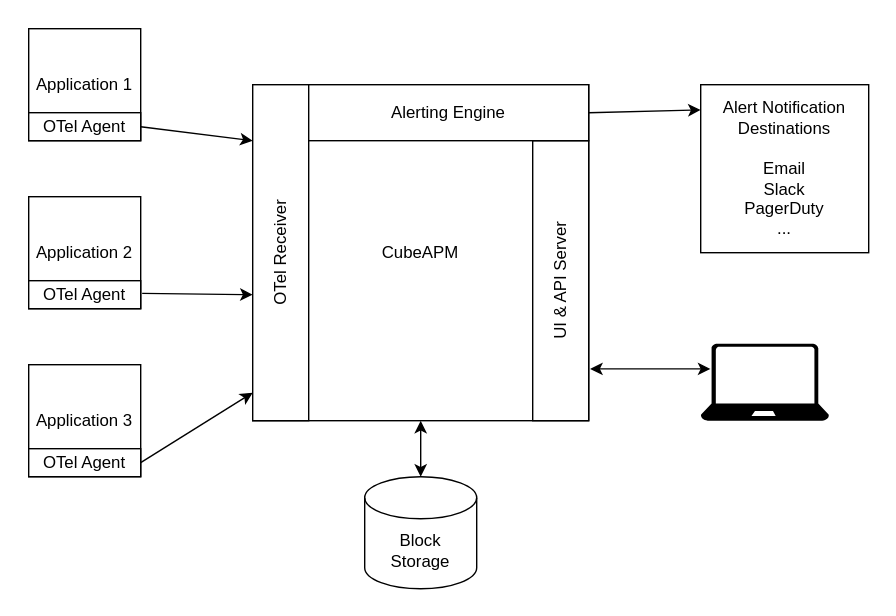
Above: static/img/architecture.svg in cubeapm/docs (draw.io), before the change. Source tidied: cells renumbered, new cells last; positions are measured from the earlier drawing's top-left corner, leaving out a move shared by most shapes. The source it was exported from:
```xml
<mxGraphModel>
  <root>
    <mxCell id="0" />
    <mxCell id="1" parent="0" />
    <mxCell id="2" style="rounded=0;whiteSpace=wrap;html=1;fillColor=#FFFFFF;fillStyle=auto;glass=0;strokeColor=none;" parent="1" vertex="1">
      <mxGeometry width="640" height="440" as="geometry" />
    </mxCell>
    <mxCell id="3" value="Application 1" style="whiteSpace=wrap;html=1;" parent="1" vertex="1">
      <mxGeometry x="20" y="20" width="80" height="80" as="geometry" />
    </mxCell>
    <mxCell id="4" value="OTel Agent" style="rounded=0;whiteSpace=wrap;html=1;" parent="1" vertex="1">
      <mxGeometry x="20" y="80" width="80" height="20" as="geometry" />
    </mxCell>
    <mxCell id="5" value="Application 2&lt;br&gt;" style="whiteSpace=wrap;html=1;" parent="1" vertex="1">
      <mxGeometry x="20" y="140" width="80" height="80" as="geometry" />
    </mxCell>
    <mxCell id="6" value="OTel Agent" style="rounded=0;whiteSpace=wrap;html=1;" parent="1" vertex="1">
      <mxGeometry x="20" y="200" width="80" height="20" as="geometry" />
    </mxCell>
    <mxCell id="7" value="Application 3" style="whiteSpace=wrap;html=1;" parent="1" vertex="1">
      <mxGeometry x="20" y="260" width="80" height="80" as="geometry" />
    </mxCell>
    <mxCell id="8" value="OTel Agent" style="rounded=0;whiteSpace=wrap;html=1;" parent="1" vertex="1">
      <mxGeometry x="20" y="320" width="80" height="20" as="geometry" />
    </mxCell>
    <mxCell id="9" value="CubeAPM" style="whiteSpace=wrap;html=1;" parent="1" vertex="1">
      <mxGeometry x="180" y="60" width="240" height="240" as="geometry" />
    </mxCell>
    <mxCell id="10" value="OTel Receiver" style="rounded=0;whiteSpace=wrap;html=1;rotation=-90;" parent="1" vertex="1">
      <mxGeometry x="80" y="160" width="240" height="40" as="geometry" />
    </mxCell>
    <mxCell id="11" style="endArrow=classic;html=1;rounded=0;exitX=1;exitY=0.5;exitDx=0;exitDy=0;" parent="1" edge="1" source="4">
      <mxGeometry relative="1" as="geometry">
        <mxPoint x="180" y="100" as="targetPoint" />
      </mxGeometry>
    </mxCell>
    <mxCell id="12" style="endArrow=classic;html=1;rounded=0;exitX=1.013;exitY=0.863;exitDx=0;exitDy=0;exitPerimeter=0;" parent="1" edge="1" source="5">
      <mxGeometry relative="1" as="geometry">
        <mxPoint x="180" y="210" as="targetPoint" />
      </mxGeometry>
    </mxCell>
    <mxCell id="13" style="endArrow=classic;html=1;rounded=0;exitX=1;exitY=0.5;exitDx=0;exitDy=0;" parent="1" edge="1" source="8">
      <mxGeometry relative="1" as="geometry">
        <mxPoint x="180" y="280" as="targetPoint" />
      </mxGeometry>
    </mxCell>
    <mxCell id="14" value="UI &amp;amp; API Server" style="rounded=0;whiteSpace=wrap;html=1;rotation=-90;" parent="1" vertex="1">
      <mxGeometry x="300" y="180" width="200" height="40" as="geometry" />
    </mxCell>
    <mxCell id="15" style="sketch=0;shadow=0;dashed=0;html=1;strokeColor=none;labelPosition=center;verticalLabelPosition=bottom;verticalAlign=top;align=center;fillColor=#000000;shape=mxgraph.azure.laptop;" parent="1" vertex="1">
      <mxGeometry x="500" y="245" width="91.7" height="55" as="geometry" />
    </mxCell>
    <mxCell id="16" style="endArrow=classic;startArrow=classic;html=1;rounded=0;entryX=0.076;entryY=0.327;entryDx=0;entryDy=0;entryPerimeter=0;exitX=0.185;exitY=1.025;exitDx=0;exitDy=0;exitPerimeter=0;" parent="1" edge="1" source="14" target="15">
      <mxGeometry relative="1" as="geometry" />
    </mxCell>
    <mxCell id="17" value="Alerting Engine" style="rounded=0;whiteSpace=wrap;html=1;" parent="1" vertex="1">
      <mxGeometry x="220" y="60" width="200" height="40" as="geometry" />
    </mxCell>
    <mxCell id="18" value="Alert Notification Destinations&lt;br&gt;&lt;br&gt;Email&lt;br&gt;Slack&lt;br&gt;PagerDuty&lt;br&gt;..." style="rounded=0;whiteSpace=wrap;html=1;" parent="1" vertex="1">
      <mxGeometry x="500" y="60" width="120" height="120" as="geometry" />
    </mxCell>
    <mxCell id="19" style="endArrow=classic;html=1;rounded=0;exitX=1;exitY=0.5;exitDx=0;exitDy=0;entryX=0;entryY=0.15;entryDx=0;entryDy=0;entryPerimeter=0;" parent="1" edge="1" source="17" target="18">
      <mxGeometry relative="1" as="geometry" />
    </mxCell>
    <mxCell id="20" value="Block&lt;br&gt;Storage" style="shape=cylinder3;whiteSpace=wrap;html=1;boundedLbl=1;backgroundOutline=1;size=15;" parent="1" vertex="1">
      <mxGeometry x="260" y="340" width="80" height="80" as="geometry" />
    </mxCell>
    <mxCell id="21" style="endArrow=classic;startArrow=classic;html=1;rounded=0;" parent="1" edge="1" source="20" target="9">
      <mxGeometry relative="1" as="geometry" />
    </mxCell>
  </root>
</mxGraphModel>
```
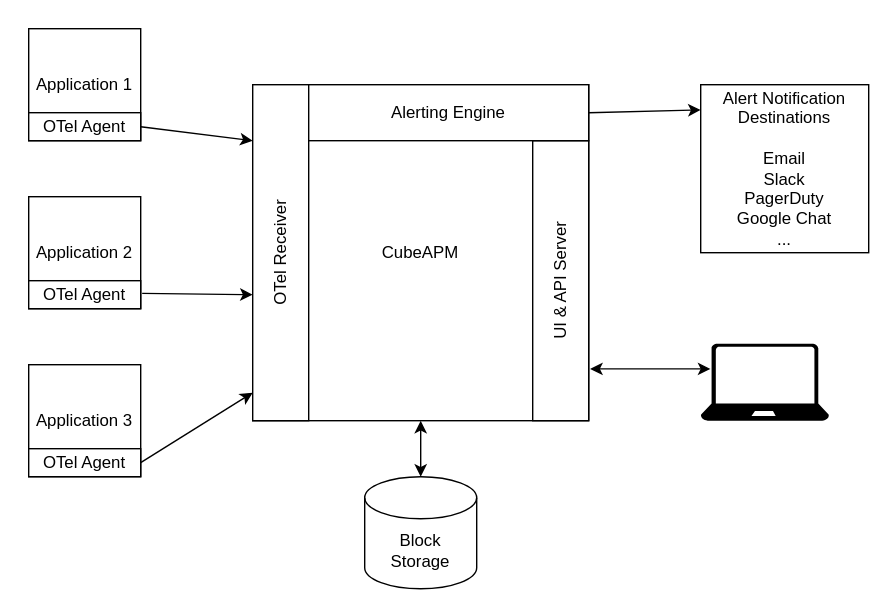
The same diagram one commit later.

The edit, as a diff of the source:
```diff
@@ -56,7 +56,7 @@
     <mxCell id="17" value="Alerting Engine" style="rounded=0;whiteSpace=wrap;html=1;" parent="1" vertex="1">
       <mxGeometry x="220" y="60" width="200" height="40" as="geometry" />
     </mxCell>
-    <mxCell id="18" value="Alert Notification Destinations&lt;br&gt;&lt;br&gt;Email&lt;br&gt;Slack&lt;br&gt;PagerDuty&lt;br&gt;..." style="rounded=0;whiteSpace=wrap;html=1;" parent="1" vertex="1">
+    <mxCell id="18" value="Alert Notification Destinations&lt;br&gt;&lt;br&gt;Email&lt;br&gt;&lt;br&gt;PagerDuty&lt;br&gt;..." style="rounded=0;whiteSpace=wrap;html=1;" parent="1" vertex="1">
       <mxGeometry x="500" y="60" width="120" height="120" as="geometry" />
     </mxCell>
     <mxCell id="19" style="endArrow=classic;html=1;rounded=0;exitX=1;exitY=0.5;exitDx=0;exitDy=0;entryX=0;entryY=0.15;entryDx=0;entryDy=0;entryPerimeter=0;" parent="1" edge="1" source="17" target="18">
```
